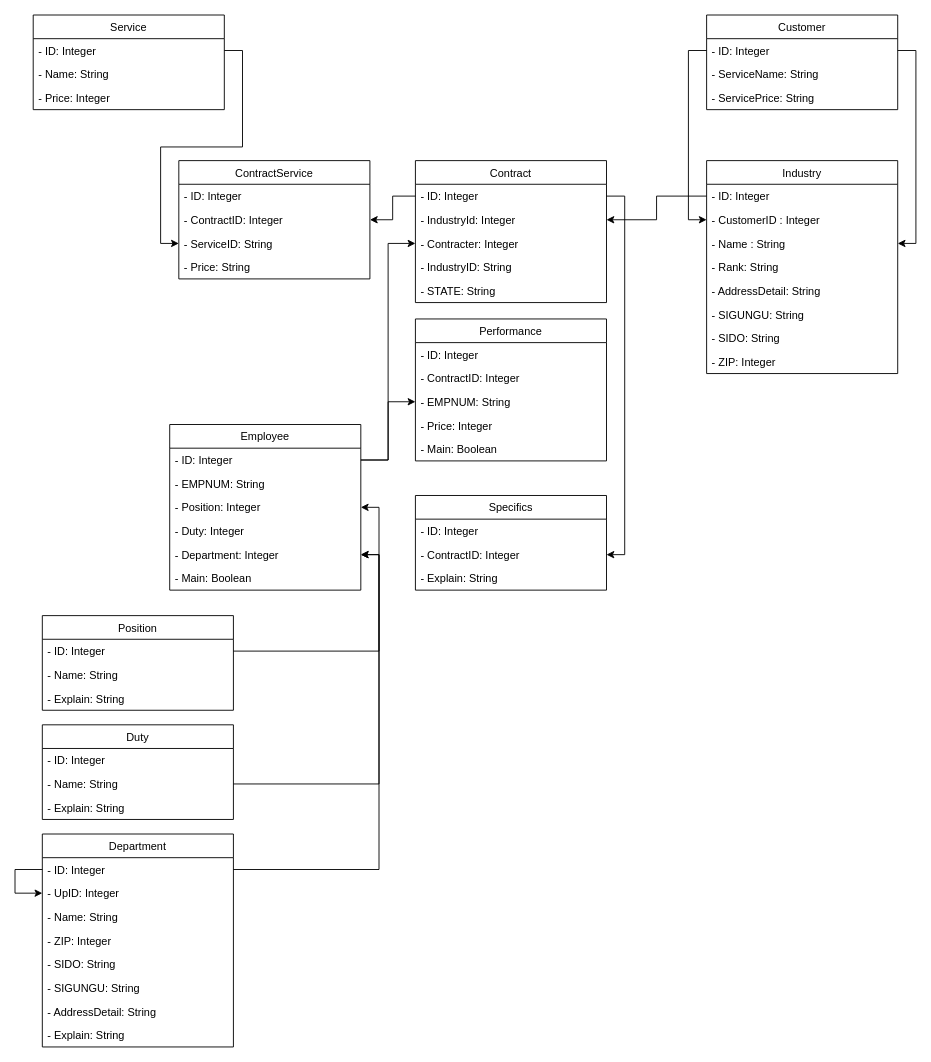
The draw.io diagram page "계약서 클래스 다이어그램" (1 of 2) of UML/Untitled Diagram.drawio in CheonYohan/2022_service_reserve_sql, before the edit. Source tidied: cells renumbered, new cells numbered last; positions are measured from the earlier drawing's top-left corner, leaving out a move shared by most shapes. Both pictures are drawn from the tidied source at 91%, with x=0, y=0 at pixel (15, 15).
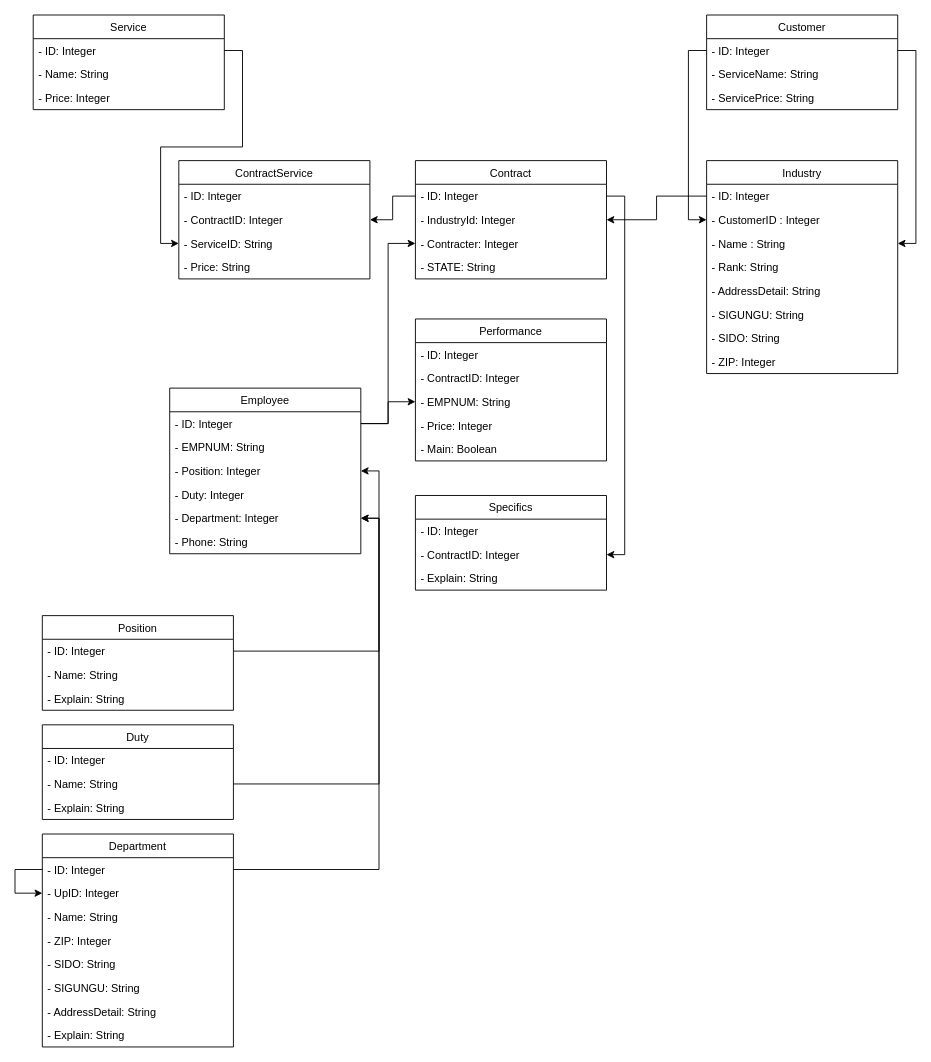
Above is the later version.

Diff of the diagram source:
```diff
@@
     <mxCell id="2" value="Contract" style="swimlane;fontStyle=0;horizontal=1;startSize=26;fillColor=none;" parent="1" vertex="1">
-      <mxGeometry x="440" y="160" width="210" height="156" as="geometry" />
+      <mxGeometry x="440" y="160" width="210" height="130" as="geometry" />
     </mxCell>
@@
-    <mxCell id="6" value="- IndustryID: String" style="text;strokeColor=none;fillColor=none;align=left;verticalAlign=top;spacingLeft=4;spacingRight=4;overflow=hidden;" parent="2" vertex="1">
-      <mxGeometry y="104" width="210" height="26" as="geometry" />
-    </mxCell>
     <mxCell id="7" value="- STATE: String" style="text;strokeColor=none;fillColor=none;align=left;verticalAlign=top;spacingLeft=4;spacingRight=4;overflow=hidden;" parent="2" vertex="1">
-      <mxGeometry y="130" width="210" height="26" as="geometry" />
+      <mxGeometry y="104" width="210" height="26" as="geometry" />
     </mxCell>
@@
     <mxCell id="23" value="Employee" style="swimlane;fontStyle=0;horizontal=1;startSize=26;fillColor=none;" parent="1" vertex="1">
-      <mxGeometry x="170" y="450" width="210" height="182" as="geometry" />
+      <mxGeometry x="170" y="410" width="210" height="182" as="geometry" />
     </mxCell>
@@
-    <mxCell id="29" value="- Main: Boolean" style="text;strokeColor=none;fillColor=none;align=left;verticalAlign=top;spacingLeft=4;spacingRight=4;overflow=hidden;" parent="23" vertex="1">
-      <mxGeometry y="156" width="210" height="26" as="geometry" />
-    </mxCell>
+    <mxCell id="76" value="- Phone: String" style="text;strokeColor=none;fillColor=none;align=left;verticalAlign=top;spacingLeft=4;spacingRight=4;overflow=hidden;" parent="23" vertex="1">
+      <mxGeometry y="156" width="210" height="26" as="geometry" />
+    </mxCell>
```
